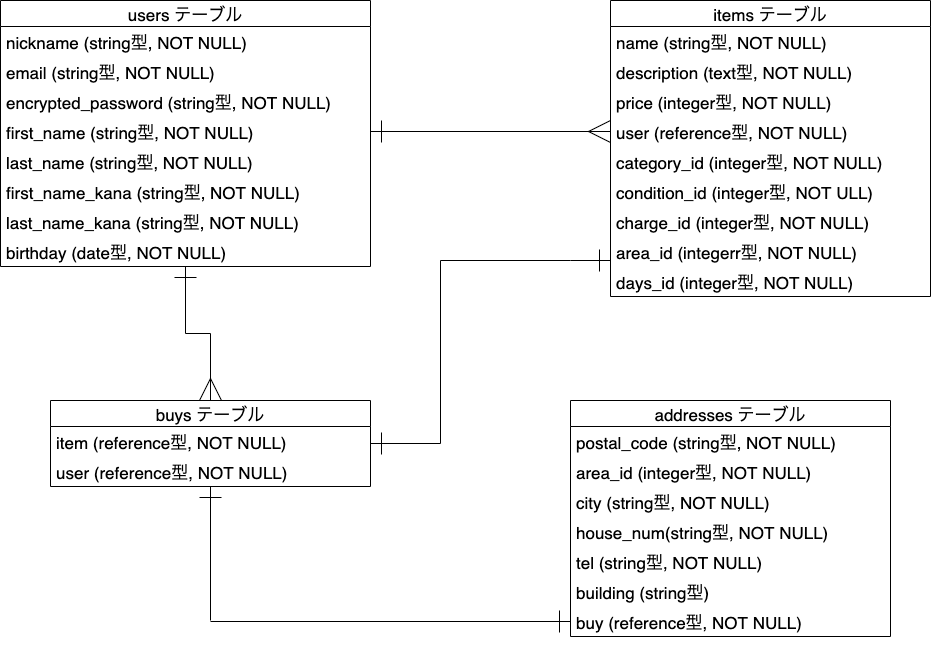
Before: database.drawio.png, a diagram exported from draw.io (kos-san/furima-30536). Source tidied: cells renumbered, new cells last; positions are measured from the earlier drawing's top-left corner, leaving out a move shared by most shapes.
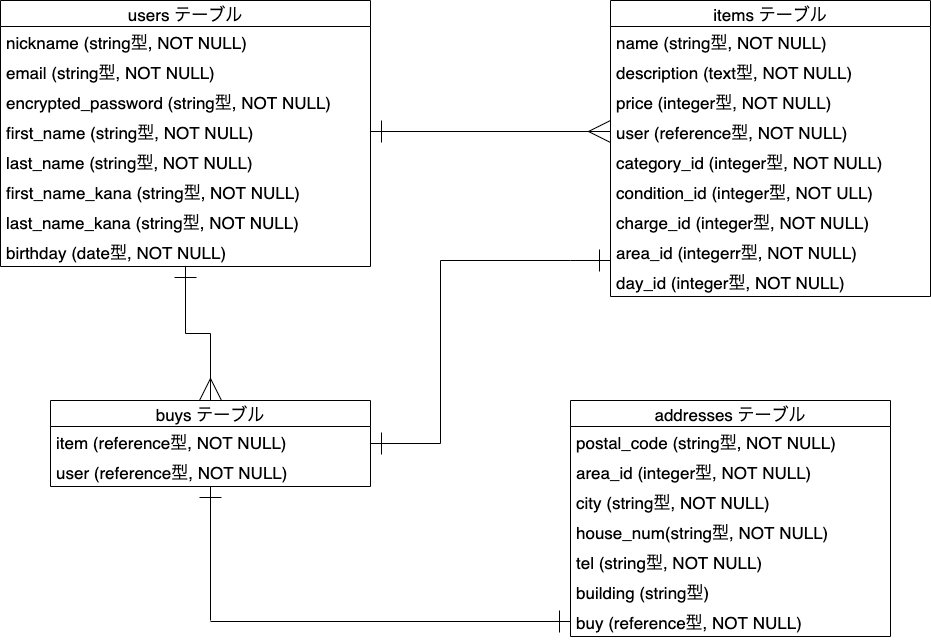
The same diagram one commit later.

The edit, as a diff of the source:
```diff
@@ -65,7 +65,7 @@
     <mxCell id="20" value="area_id (integerr型, NOT NULL)" style="text;strokeColor=none;fillColor=none;spacingLeft=4;spacingRight=4;overflow=hidden;fontSize=17;" parent="12" vertex="1">
       <mxGeometry y="236" width="320" height="30" as="geometry" />
     </mxCell>
-    <mxCell id="21" value="days_id (integer型, NOT NULL)" style="text;strokeColor=none;fillColor=none;spacingLeft=4;spacingRight=4;overflow=hidden;fontSize=17;" parent="12" vertex="1">
+    <mxCell id="21" value="day_id (integer型, NOT NULL)" style="text;strokeColor=none;fillColor=none;spacingLeft=4;spacingRight=4;overflow=hidden;fontSize=17;" parent="12" vertex="1">
       <mxGeometry y="266" width="320" height="30" as="geometry" />
     </mxCell>
     <mxCell id="22" style="edgeStyle=none;rounded=0;jettySize=auto;html=1;entryX=0;entryY=0.5;entryDx=0;entryDy=0;fontSize=12;endArrow=ERmany;endFill=0;startArrow=ERone;startFill=0;strokeWidth=1;jumpSize=18;endSize=20;startSize=20;" parent="1" edge="1" source="6" target="16">
```
